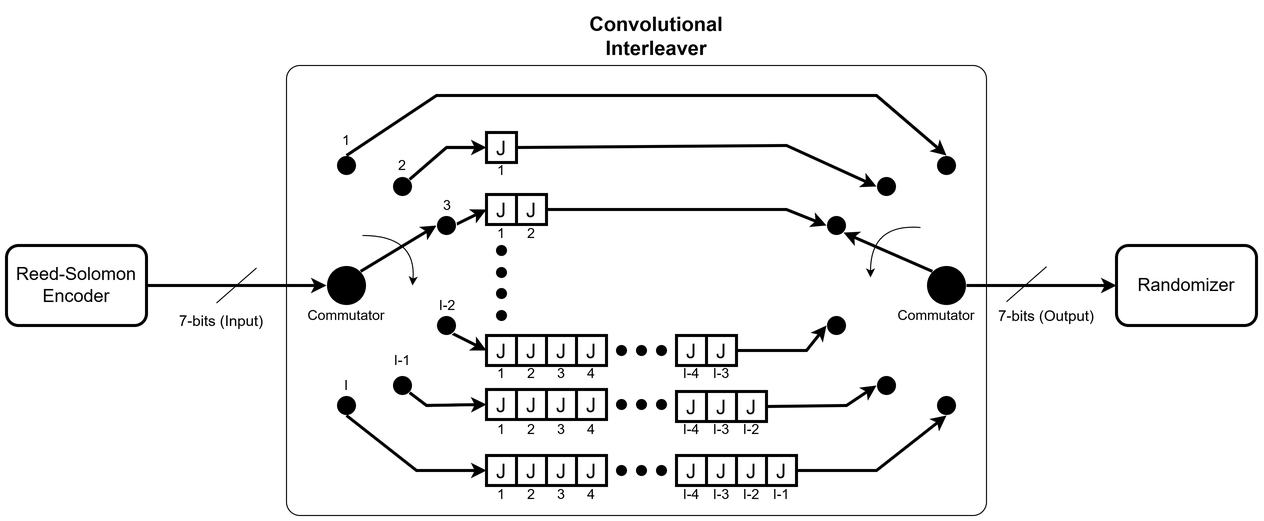
This is figures/ch3/ch3_interleaver.png from mr-sathwiks/ANSpect_Thesis, a draw.io export, as it was before one commit. Source tidied: cells renumbered, new cells last; positions are measured from the earlier drawing's top-left corner, leaving out a move shared by most shapes.
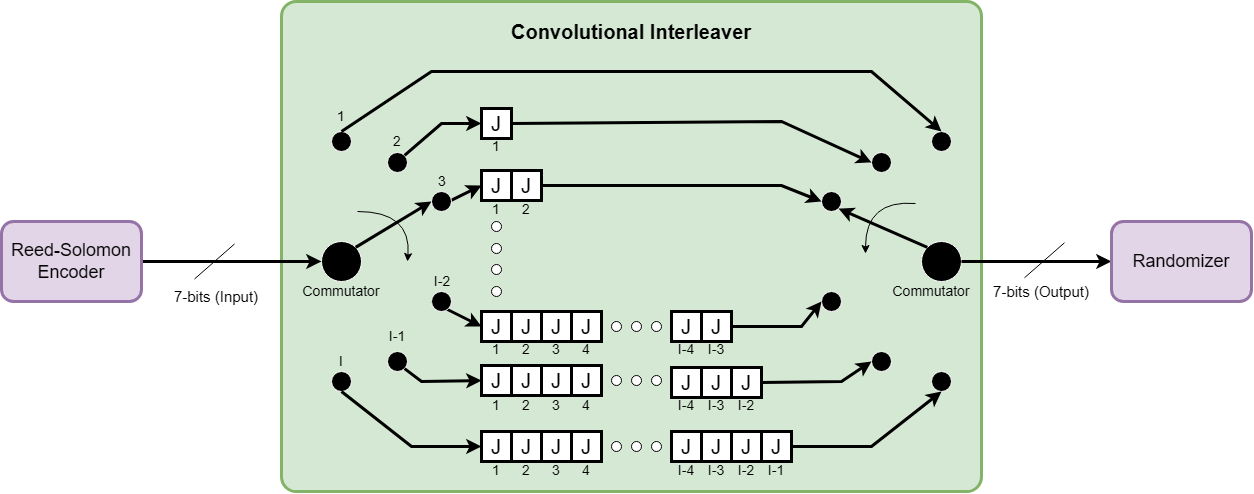
After the commit.

Diff of the diagram source:
```diff
@@ -2,8 +2,8 @@
   <root>
     <mxCell id="0" />
     <mxCell id="1" parent="0" />
-    <mxCell id="2" style="rounded=1;whiteSpace=wrap;html=1;arcSize=3;fillStyle=solid;fillColor=light-dark(#FFFFFF,#FFFFFF);strokeColor=light-dark(#000000,#000000);" parent="1" vertex="1">
-      <mxGeometry x="280" y="60" width="700" height="450" as="geometry" />
+    <mxCell id="2" style="rounded=1;whiteSpace=wrap;html=1;arcSize=3;fillStyle=solid;fillColor=#d5e8d4;strokeColor=#82b366;strokeWidth=3;" parent="1" vertex="1">
+      <mxGeometry x="280" y="20" width="700" height="490" as="geometry" />
     </mxCell>
     <mxCell id="3" style="ellipse;whiteSpace=wrap;html=1;shapeInside=1;fillColor=light-dark(#000000,#000000);fontColor=#333333;strokeColor=light-dark(#FFFFFF,#FFFFFF);fillStyle=solid;" parent="1" vertex="1">
       <mxGeometry x="330" y="150" width="20" height="20" as="geometry" />
@@ -249,8 +249,8 @@
     </mxCell>
     <mxCell id="67" style="endArrow=none;html=1;rounded=0;strokeColor=light-dark(#000000,#000000);" parent="1" edge="1">
       <mxGeometry relative="1" as="geometry">
-        <mxPoint x="210" y="297.5" as="sourcePoint" />
-        <mxPoint x="250" y="262.5" as="targetPoint" />
+        <mxPoint x="193" y="297.5" as="sourcePoint" />
+        <mxPoint x="233" y="262.5" as="targetPoint" />
       </mxGeometry>
     </mxCell>
     <mxCell id="68" value="&lt;font style=&quot;font-size: 15px;&quot;&gt;7-bits (Input)&lt;/font&gt;" style="text;html=1;whiteSpace=wrap;strokeColor=none;fillColor=none;align=center;verticalAlign=middle;rounded=0;fontColor=light-dark(#000000,#000000);labelBackgroundColor=light-dark(#FFFFFF,#FFFFFF);" parent="1" vertex="1">
@@ -307,25 +307,25 @@
     <mxCell id="85" value="&lt;span&gt;I-3&lt;/span&gt;" style="whiteSpace=wrap;html=1;fillColor=none;fontSize=14;strokeColor=none;strokeWidth=3;fontColor=light-dark(#000000,#000000);" parent="1" vertex="1">
       <mxGeometry x="700" y="474" width="30" height="30" as="geometry" />
     </mxCell>
-    <mxCell id="86" value="&lt;div&gt;&lt;font&gt;&lt;span style=&quot;font-size: 20px; color: light-dark(rgb(0, 0, 0), rgb(0, 0, 0));&quot;&gt;&lt;b&gt;Convolutional&lt;/b&gt;&lt;/span&gt;&lt;/font&gt;&lt;/div&gt;&lt;div&gt;&lt;font&gt;&lt;span style=&quot;font-size: 20px; color: light-dark(rgb(0, 0, 0), rgb(0, 0, 0));&quot;&gt;&lt;b&gt;Interleaver&lt;/b&gt;&lt;/span&gt;&lt;/font&gt;&lt;/div&gt;" style="text;html=1;whiteSpace=wrap;strokeColor=none;fillColor=none;align=center;verticalAlign=middle;rounded=0;labelBackgroundColor=light-dark(#FFFFFF,#FFFFFF);" parent="1" vertex="1">
-      <mxGeometry x="570" width="160" height="60" as="geometry" />
+    <mxCell id="86" value="&lt;div&gt;&lt;font&gt;&lt;span style=&quot;font-size: 20px; color: light-dark(rgb(0, 0, 0), rgb(0, 0, 0));&quot;&gt;&lt;b&gt;Convolutional&amp;nbsp;&lt;/b&gt;&lt;/span&gt;&lt;/font&gt;&lt;b style=&quot;color: light-dark(rgb(0, 0, 0), rgb(0, 0, 0)); font-size: 20px; background-color: transparent;&quot;&gt;Interleaver&lt;/b&gt;&lt;/div&gt;" style="text;html=1;whiteSpace=wrap;strokeColor=none;fillColor=none;align=center;verticalAlign=middle;rounded=0;labelBackgroundColor=none;" parent="1" vertex="1">
+      <mxGeometry x="500" y="30" width="260" height="40" as="geometry" />
     </mxCell>
     <mxCell id="87" style="endArrow=classic;html=1;rounded=0;exitX=1;exitY=0.5;exitDx=0;exitDy=0;strokeWidth=3;entryX=0;entryY=0.5;entryDx=0;entryDy=0;strokeColor=light-dark(#000000,#000000);" parent="1" edge="1" source="13" target="91">
       <mxGeometry relative="1" as="geometry" />
     </mxCell>
     <mxCell id="88" style="endArrow=none;html=1;rounded=0;strokeColor=light-dark(#000000,#000000);" parent="1" edge="1">
       <mxGeometry relative="1" as="geometry">
-        <mxPoint x="1000" y="296.2" as="sourcePoint" />
-        <mxPoint x="1040" y="261.2" as="targetPoint" />
+        <mxPoint x="1023" y="296.2" as="sourcePoint" />
+        <mxPoint x="1063" y="261.2" as="targetPoint" />
       </mxGeometry>
     </mxCell>
     <mxCell id="89" value="&lt;font style=&quot;font-size: 15px;&quot;&gt;7-bits (Output)&lt;/font&gt;" style="text;html=1;whiteSpace=wrap;strokeColor=none;fillColor=none;align=center;verticalAlign=middle;rounded=0;fontColor=light-dark(#000000,#000000);labelBackgroundColor=light-dark(#FFFFFF,#FFFFFF);" parent="1" vertex="1">
       <mxGeometry x="980" y="295" width="120" height="30" as="geometry" />
     </mxCell>
-    <mxCell id="90" value="Reed-Solomon&lt;div&gt;Encoder&lt;/div&gt;" style="rounded=1;whiteSpace=wrap;html=1;fontSize=18;fontColor=light-dark(#000000,#000000);fillStyle=solid;fillColor=light-dark(#FFFFFF,#FFFFFF);strokeColor=light-dark(#000000,#000000);strokeWidth=3;" parent="1" vertex="1">
+    <mxCell id="90" value="Reed-Solomon&lt;div&gt;Encoder&lt;/div&gt;" style="rounded=1;whiteSpace=wrap;html=1;fontSize=18;fillStyle=solid;fillColor=#e1d5e7;strokeColor=#9673a6;strokeWidth=3;" parent="1" vertex="1">
       <mxGeometry y="240" width="140" height="80" as="geometry" />
     </mxCell>
-    <mxCell id="91" value="Randomizer" style="rounded=1;whiteSpace=wrap;html=1;fontSize=18;fontColor=light-dark(#000000,#000000);fillStyle=solid;fillColor=light-dark(#FFFFFF,#FFFFFF);strokeColor=light-dark(#000000,#000000);strokeWidth=3;" parent="1" vertex="1">
+    <mxCell id="91" value="Randomizer" style="rounded=1;whiteSpace=wrap;html=1;fontSize=18;fillStyle=solid;fillColor=#e1d5e7;strokeColor=#9673a6;strokeWidth=3;" parent="1" vertex="1">
       <mxGeometry x="1110" y="240" width="140" height="80" as="geometry" />
     </mxCell>
     <mxCell id="92" value="&lt;span&gt;1&lt;/span&gt;" style="whiteSpace=wrap;html=1;fillColor=none;fontSize=14;strokeColor=none;strokeWidth=3;fontColor=light-dark(#000000,#000000);" parent="1" vertex="1">
```
